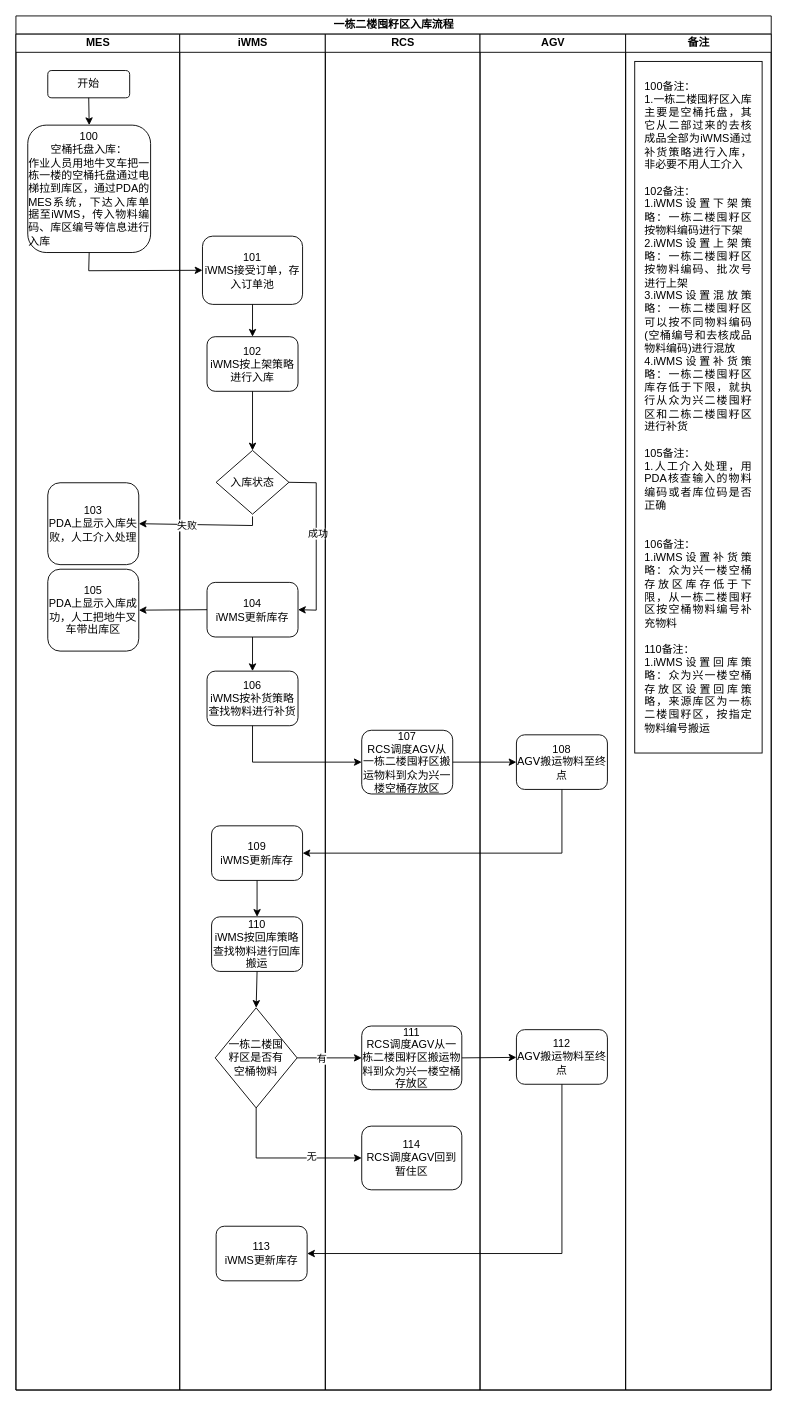
Earlier version of the draw.io diagram page "一栋二楼囤籽区入库流程" (6 of 18) of data/伍子醉-无MES业务流程图.drawio (chenyanxi/hosts). Source tidied: cells renumbered, new cells numbered last; positions are measured from the earlier drawing's top-left corner, leaving out a move shared by most shapes. Both pictures are drawn from the tidied source at 91%, with x=0, y=0 at pixel (15, 15).
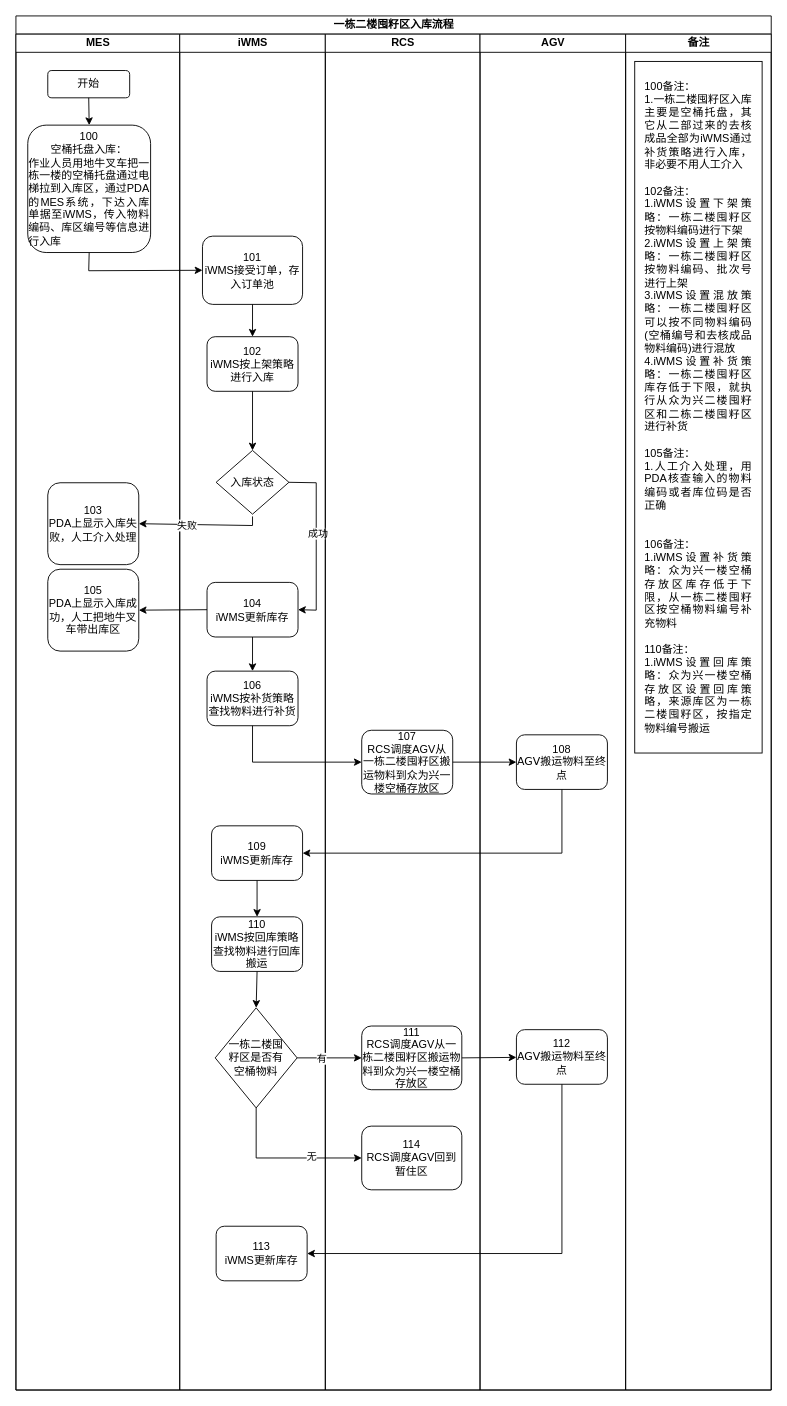
The same diagram, later.

The change refers to these unchanged cells:
```xml
<mxCell id="3" value="MES" style="swimlane;html=1;startSize=20;" parent="2" vertex="1">
  <mxGeometry y="20" width="180" height="1490" as="geometry" />
</mxCell>
```

What changed in the source:
```diff
@@
-    <mxCell id="6" value="&lt;div style=&quot;&quot;&gt;&lt;span style=&quot;font-size: 12px; font-family: Helvetica; background-color: initial;&quot;&gt;100&lt;/span&gt;&lt;/div&gt;&lt;font style=&quot;&quot; face=&quot;Helvetica&quot;&gt;&lt;div style=&quot;text-align: center;&quot;&gt;&lt;span style=&quot;font-size: 12px; background-color: initial;&quot;&gt;空桶托盘入库：&lt;/span&gt;&lt;/div&gt;&lt;/font&gt;&lt;div style=&quot;text-align: justify;&quot;&gt;&lt;font style=&quot;font-size: 12px;&quot; face=&quot;Helvetica&quot;&gt;作业人员用地牛叉车把一栋一楼的空桶托盘通过电梯拉到库区，通过PDA的MES系统，下达入库单据至iWMS，传入物料编码、库区编号等信息进行入库&lt;/font&gt;&lt;/div&gt;" style="rounded=1;whiteSpace=wrap;html=1;shadow=0;labelBackgroundColor=none;strokeWidth=1;fontFamily=Verdana;fontSize=8;align=center;" parent="3" vertex="1">
+    <mxCell id="6" value="&lt;div style=&quot;&quot;&gt;&lt;span style=&quot;font-size: 12px; font-family: Helvetica; background-color: initial;&quot;&gt;100&lt;/span&gt;&lt;/div&gt;&lt;font style=&quot;&quot; face=&quot;Helvetica&quot;&gt;&lt;div style=&quot;text-align: center;&quot;&gt;&lt;span style=&quot;font-size: 12px; background-color: initial;&quot;&gt;空桶托盘入库：&lt;/span&gt;&lt;/div&gt;&lt;/font&gt;&lt;div style=&quot;text-align: justify;&quot;&gt;&lt;font style=&quot;font-size: 12px;&quot; face=&quot;Helvetica&quot;&gt;作业人员用地牛叉车把一栋一楼的空桶托盘通过电梯拉到入库区，通过PDA的MES系统，下达入库单据至iWMS，传入物料编码、库区编号等信息进行入库&lt;/font&gt;&lt;/div&gt;" style="rounded=1;whiteSpace=wrap;html=1;shadow=0;labelBackgroundColor=none;strokeWidth=1;fontFamily=Verdana;fontSize=8;align=center;" parent="3" vertex="1">
       <mxGeometry x="13" y="100" width="135" height="140" as="geometry" />
     </mxCell>
```
